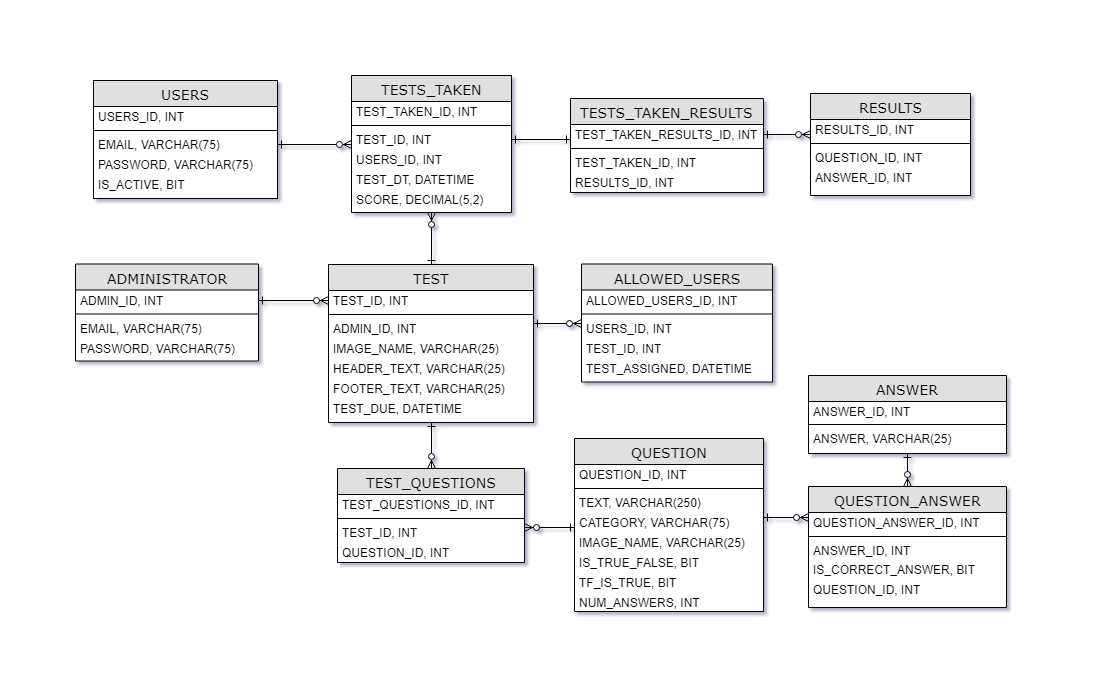
lprescott/QuizServe keeps this draw.io diagram as project-logistics/er-diagram.png. Above is the earlier version. Source tidied: cells renumbered, new cells last; positions are measured from the earlier drawing's top-left corner, leaving out a move shared by most shapes.
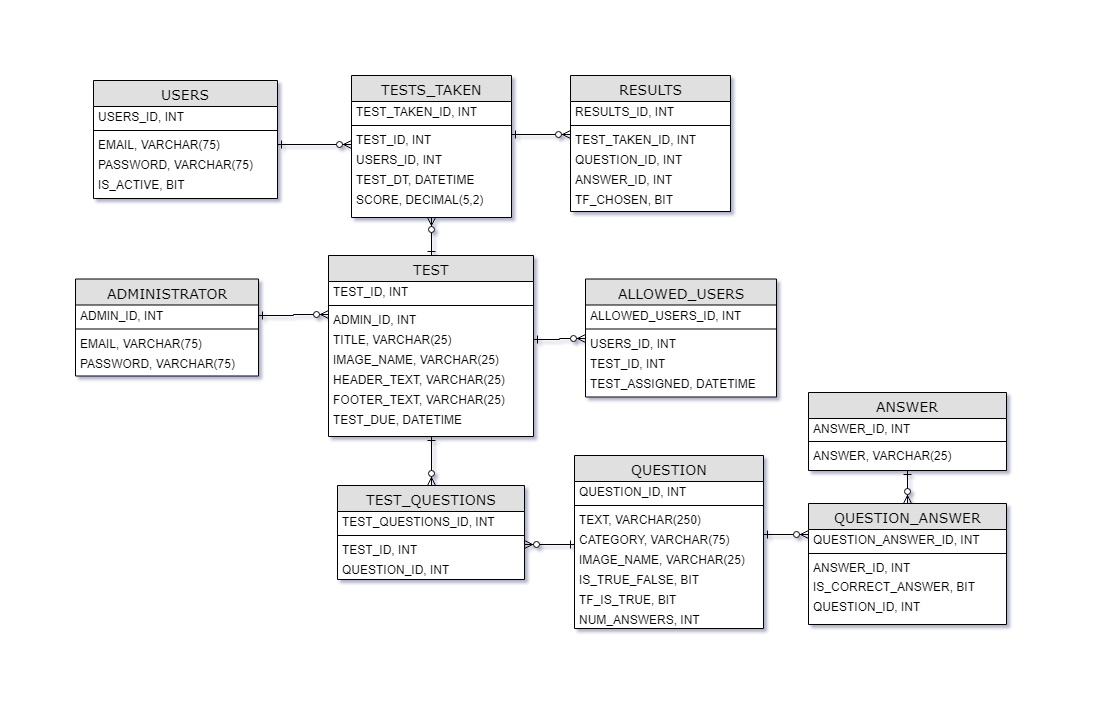
Above is the later version.

Diff of the diagram source:
```diff
@@ -3,7 +3,7 @@
     <mxCell id="0" />
     <mxCell id="1" parent="0" />
     <mxCell id="2" value="USERS" style="swimlane;html=1;fontStyle=0;horizontal=1;startSize=26;fillColor=#e0e0e0;swimlaneFillColor=#ffffff;align=center;rounded=0;shadow=0;comic=0;labelBackgroundColor=none;strokeColor=#000000;strokeWidth=1;fontFamily=Verdana;fontSize=14;fontColor=#000000;spacingTop=0;spacingLeft=0;" parent="1" vertex="1">
-      <mxGeometry x="18" y="5" width="184" height="118" as="geometry" />
+      <mxGeometry x="18" y="-12" width="184" height="118" as="geometry" />
     </mxCell>
     <mxCell id="3" value="USERS_ID, INT" style="text;html=1;strokeColor=none;fillColor=none;align=left;verticalAlign=middle;whiteSpace=wrap;rounded=0;spacingLeft=0;spacingTop=0;spacing=5;" parent="2" vertex="1">
       <mxGeometry y="26" width="184" height="20" as="geometry" />
@@ -21,7 +21,7 @@
       <mxGeometry y="94" width="184" height="20" as="geometry" />
     </mxCell>
     <mxCell id="8" value="ADMINISTRATOR" style="swimlane;html=1;fontStyle=0;horizontal=1;startSize=26;fillColor=#e0e0e0;swimlaneFillColor=#ffffff;align=center;rounded=0;shadow=0;comic=0;labelBackgroundColor=none;strokeColor=#000000;strokeWidth=1;fontFamily=Verdana;fontSize=14;fontColor=#000000;spacingTop=0;spacingLeft=0;" parent="1" vertex="1">
-      <mxGeometry y="188.5" width="183" height="97" as="geometry" />
+      <mxGeometry y="186.5" width="183" height="97" as="geometry" />
     </mxCell>
     <mxCell id="9" value="ADMIN_ID, INT" style="text;html=1;strokeColor=none;fillColor=none;align=left;verticalAlign=middle;whiteSpace=wrap;rounded=0;spacingLeft=0;spacingTop=0;spacing=5;" parent="8" vertex="1">
       <mxGeometry y="26" width="183" height="20" as="geometry" />
@@ -39,7 +39,7 @@
       <mxGeometry relative="1" as="geometry" />
     </mxCell>
     <mxCell id="14" value="TEST" style="swimlane;html=1;fontStyle=0;horizontal=1;startSize=26;fillColor=#e0e0e0;swimlaneFillColor=#ffffff;align=center;rounded=0;shadow=0;comic=0;labelBackgroundColor=none;strokeColor=#000000;strokeWidth=1;fontFamily=Verdana;fontSize=14;fontColor=#000000;spacingTop=0;spacingLeft=0;" parent="1" vertex="1">
-      <mxGeometry x="253" y="189" width="205" height="158" as="geometry" />
+      <mxGeometry x="253" y="163" width="205" height="181" as="geometry" />
     </mxCell>
     <mxCell id="15" value="TEST_ID, INT" style="text;html=1;strokeColor=none;fillColor=none;align=left;verticalAlign=middle;whiteSpace=wrap;rounded=0;spacingLeft=0;spacingTop=0;spacing=5;" parent="14" vertex="1">
       <mxGeometry y="26" width="205" height="20" as="geometry" />
@@ -50,17 +50,20 @@
     <mxCell id="17" value="ADMIN_ID, INT" style="text;html=1;strokeColor=none;fillColor=none;align=left;verticalAlign=middle;whiteSpace=wrap;rounded=0;spacingLeft=0;spacingTop=0;spacing=5;" parent="14" vertex="1">
       <mxGeometry y="54" width="205" height="20" as="geometry" />
     </mxCell>
+    <mxCell id="78" value="TITLE, VARCHAR(25)" style="text;html=1;strokeColor=none;fillColor=none;align=left;verticalAlign=middle;whiteSpace=wrap;rounded=0;spacingLeft=0;spacingTop=0;spacing=5;" parent="14" vertex="1">
+      <mxGeometry y="74" width="205" height="20" as="geometry" />
+    </mxCell>
     <mxCell id="18" value="IMAGE_NAME, VARCHAR(25)" style="text;html=1;strokeColor=none;fillColor=none;align=left;verticalAlign=middle;whiteSpace=wrap;rounded=0;spacingLeft=0;spacingTop=0;spacing=5;" parent="14" vertex="1">
-      <mxGeometry y="74" width="205" height="20" as="geometry" />
+      <mxGeometry y="94" width="205" height="20" as="geometry" />
     </mxCell>
     <mxCell id="19" value="HEADER_TEXT, VARCHAR(25)" style="text;html=1;strokeColor=none;fillColor=none;align=left;verticalAlign=middle;whiteSpace=wrap;rounded=0;spacingLeft=0;spacingTop=0;spacing=5;" parent="14" vertex="1">
-      <mxGeometry y="94" width="205" height="20" as="geometry" />
+      <mxGeometry y="114" width="205" height="20" as="geometry" />
     </mxCell>
     <mxCell id="20" value="FOOTER_TEXT, VARCHAR(25)" style="text;html=1;strokeColor=none;fillColor=none;align=left;verticalAlign=middle;whiteSpace=wrap;rounded=0;spacingLeft=0;spacingTop=0;spacing=5;" parent="14" vertex="1">
-      <mxGeometry y="114" width="205" height="20" as="geometry" />
+      <mxGeometry y="134" width="205" height="20" as="geometry" />
     </mxCell>
     <mxCell id="21" value="TEST_DUE, DATETIME" style="text;html=1;strokeColor=none;fillColor=none;align=left;verticalAlign=middle;whiteSpace=wrap;rounded=0;spacingLeft=0;spacingTop=0;spacing=5;" parent="14" vertex="1">
-      <mxGeometry y="134" width="205" height="20" as="geometry" />
+      <mxGeometry y="154" width="205" height="20" as="geometry" />
     </mxCell>
     <mxCell id="22" value="QUESTION" style="swimlane;html=1;fontStyle=0;horizontal=1;startSize=26;fillColor=#e0e0e0;swimlaneFillColor=#ffffff;align=center;rounded=0;shadow=0;comic=0;labelBackgroundColor=none;strokeColor=#000000;strokeWidth=1;fontFamily=Verdana;fontSize=14;fontColor=#000000;spacingTop=0;spacingLeft=0;" parent="1" vertex="1">
       <mxGeometry x="499" y="363" width="189" height="173" as="geometry" />
@@ -141,7 +144,7 @@
       <mxGeometry relative="1" as="geometry" />
     </mxCell>
     <mxCell id="48" value="TESTS_TAKEN&lt;br&gt;" style="swimlane;html=1;fontStyle=0;horizontal=1;startSize=26;fillColor=#e0e0e0;swimlaneFillColor=#ffffff;align=center;rounded=0;shadow=0;comic=0;labelBackgroundColor=none;strokeColor=#000000;strokeWidth=1;fontFamily=Verdana;fontSize=14;fontColor=#000000;spacingTop=0;spacingLeft=0;" parent="1" vertex="1">
-      <mxGeometry x="276" width="160" height="137" as="geometry" />
+      <mxGeometry x="276" y="-17" width="160" height="142" as="geometry" />
     </mxCell>
     <mxCell id="49" value="TEST_TAKEN_ID, INT" style="text;html=1;strokeColor=none;fillColor=none;align=left;verticalAlign=middle;whiteSpace=wrap;rounded=0;spacingLeft=0;spacingTop=0;spacing=5;" parent="48" vertex="1">
       <mxGeometry y="26" width="160" height="20" as="geometry" />
@@ -161,21 +164,6 @@
     <mxCell id="54" value="SCORE,&amp;nbsp;&lt;span&gt;DECIMAL&lt;/span&gt;&lt;span&gt;(&lt;/span&gt;&lt;span&gt;5&lt;/span&gt;&lt;span&gt;,&lt;/span&gt;&lt;span&gt;2&lt;/span&gt;&lt;span&gt;)&lt;/span&gt;" style="text;html=1;strokeColor=none;fillColor=none;align=left;verticalAlign=middle;whiteSpace=wrap;rounded=0;spacingLeft=0;spacingTop=0;spacing=5;" parent="48" vertex="1">
       <mxGeometry y="114" width="160" height="20" as="geometry" />
     </mxCell>
-    <mxCell id="55" value="TESTS_TAKEN_RESULTS&lt;br&gt;" style="swimlane;html=1;fontStyle=0;horizontal=1;startSize=26;fillColor=#e0e0e0;swimlaneFillColor=#ffffff;align=center;rounded=0;shadow=0;comic=0;labelBackgroundColor=none;strokeColor=#000000;strokeWidth=1;fontFamily=Verdana;fontSize=14;fontColor=#000000;spacingTop=0;spacingLeft=0;" parent="1" vertex="1">
-      <mxGeometry x="495" y="23" width="193" height="94" as="geometry" />
-    </mxCell>
-    <mxCell id="56" value="TEST_TAKEN_RESULTS_ID, INT" style="text;html=1;strokeColor=none;fillColor=none;align=left;verticalAlign=middle;whiteSpace=wrap;rounded=0;spacingLeft=0;spacingTop=0;spacing=5;" parent="55" vertex="1">
-      <mxGeometry y="26" width="193" height="20" as="geometry" />
-    </mxCell>
-    <mxCell id="57" style="line;strokeWidth=1;fillColor=none;align=left;verticalAlign=middle;spacingTop=-1;spacingLeft=3;spacingRight=3;labelPosition=right;" parent="55" vertex="1">
-      <mxGeometry y="46" width="193" height="8" as="geometry" />
-    </mxCell>
-    <mxCell id="58" value="TEST_TAKEN_ID, INT" style="text;html=1;strokeColor=none;fillColor=none;align=left;verticalAlign=middle;whiteSpace=wrap;rounded=0;spacingLeft=0;spacingTop=0;spacing=5;" parent="55" vertex="1">
-      <mxGeometry y="54" width="193" height="20" as="geometry" />
-    </mxCell>
-    <mxCell id="59" value="RESULTS_ID, INT" style="text;html=1;strokeColor=none;fillColor=none;align=left;verticalAlign=middle;whiteSpace=wrap;rounded=0;spacingLeft=0;spacingTop=0;spacing=5;" parent="55" vertex="1">
-      <mxGeometry y="74" width="193" height="20" as="geometry" />
-    </mxCell>
     <mxCell id="60" style="edgeStyle=orthogonalEdgeStyle;rounded=0;jettySize=auto;html=1;exitX=1;exitY=0.5;exitDx=0;exitDy=0;entryX=0;entryY=0.75;entryDx=0;entryDy=0;endArrow=ERzeroToMany;endFill=1;startArrow=ERone;startFill=0;" parent="1" edge="1" source="5" target="51">
       <mxGeometry relative="1" as="geometry" />
     </mxCell>
@@ -185,11 +173,11 @@
     <mxCell id="62" style="edgeStyle=orthogonalEdgeStyle;rounded=0;jettySize=auto;html=1;exitX=1;exitY=0.25;exitDx=0;exitDy=0;entryX=0;entryY=0.25;entryDx=0;entryDy=0;startArrow=ERone;startFill=0;endArrow=ERzeroToMany;endFill=1;" parent="1" edge="1" source="26" target="33">
       <mxGeometry relative="1" as="geometry" />
     </mxCell>
-    <mxCell id="63" style="edgeStyle=orthogonalEdgeStyle;rounded=0;jettySize=auto;html=1;exitX=0;exitY=0.5;exitDx=0;exitDy=0;entryX=1;entryY=0.5;entryDx=0;entryDy=0;startArrow=ERzeroToMany;startFill=1;endArrow=ERone;endFill=0;" parent="1" edge="1" source="15" target="9">
+    <mxCell id="63" style="edgeStyle=orthogonalEdgeStyle;rounded=0;jettySize=auto;html=1;exitX=0;exitY=0.25;exitDx=0;exitDy=0;entryX=1;entryY=0.5;entryDx=0;entryDy=0;startArrow=ERzeroToMany;startFill=1;endArrow=ERone;endFill=0;" parent="1" edge="1" source="17" target="9">
       <mxGeometry relative="1" as="geometry" />
     </mxCell>
     <mxCell id="64" value="ALLOWED_USERS" style="swimlane;html=1;fontStyle=0;horizontal=1;startSize=26;fillColor=#e0e0e0;swimlaneFillColor=#ffffff;align=center;rounded=0;shadow=0;comic=0;labelBackgroundColor=none;strokeColor=#000000;strokeWidth=1;fontFamily=Verdana;fontSize=14;fontColor=#000000;spacingTop=0;spacingLeft=0;" parent="1" vertex="1">
-      <mxGeometry x="506" y="188.5" width="191" height="118" as="geometry" />
+      <mxGeometry x="510" y="186.5" width="191" height="118" as="geometry" />
     </mxCell>
     <mxCell id="65" value="ALLOWED_USERS_ID, INT" style="text;html=1;strokeColor=none;fillColor=none;align=left;verticalAlign=middle;whiteSpace=wrap;rounded=0;spacingLeft=0;spacingTop=0;spacing=5;" parent="64" vertex="1">
       <mxGeometry y="26" width="191" height="20" as="geometry" />
@@ -206,11 +194,11 @@
     <mxCell id="69" value="TEST_ASSIGNED, DATETIME" style="text;html=1;strokeColor=none;fillColor=none;align=left;verticalAlign=middle;whiteSpace=wrap;rounded=0;spacingLeft=0;spacingTop=0;spacing=5;" parent="64" vertex="1">
       <mxGeometry y="94" width="191" height="20" as="geometry" />
     </mxCell>
-    <mxCell id="70" style="edgeStyle=orthogonalEdgeStyle;rounded=0;jettySize=auto;html=1;exitX=0;exitY=0.25;exitDx=0;exitDy=0;entryX=1;entryY=0.25;entryDx=0;entryDy=0;startArrow=ERzeroToMany;startFill=1;endArrow=ERone;endFill=0;" parent="1" edge="1" source="67" target="17">
+    <mxCell id="70" style="edgeStyle=orthogonalEdgeStyle;rounded=0;jettySize=auto;html=1;exitX=0;exitY=0.25;exitDx=0;exitDy=0;entryX=1;entryY=0.5;entryDx=0;entryDy=0;startArrow=ERzeroToMany;startFill=1;endArrow=ERone;endFill=0;" parent="1" edge="1" source="67" target="78">
       <mxGeometry relative="1" as="geometry" />
     </mxCell>
     <mxCell id="71" value="RESULTS" style="swimlane;html=1;fontStyle=0;horizontal=1;startSize=26;fillColor=#e0e0e0;swimlaneFillColor=#ffffff;align=center;rounded=0;shadow=0;comic=0;labelBackgroundColor=none;strokeColor=#000000;strokeWidth=1;fontFamily=Verdana;fontSize=14;fontColor=#000000;spacingTop=0;spacingLeft=0;" parent="1" vertex="1">
-      <mxGeometry x="735" y="18" width="160" height="102" as="geometry" />
+      <mxGeometry x="495" y="-17" width="160" height="136" as="geometry" />
     </mxCell>
     <mxCell id="72" value="RESULTS_ID, INT" style="text;html=1;strokeColor=none;fillColor=none;align=left;verticalAlign=middle;whiteSpace=wrap;rounded=0;spacingLeft=0;spacingTop=0;spacing=5;" parent="71" vertex="1">
       <mxGeometry y="26" width="160" height="20" as="geometry" />
@@ -218,21 +206,20 @@
     <mxCell id="73" style="line;strokeWidth=1;fillColor=none;align=left;verticalAlign=middle;spacingTop=-1;spacingLeft=3;spacingRight=3;labelPosition=right;" parent="71" vertex="1">
       <mxGeometry y="46" width="160" height="8" as="geometry" />
     </mxCell>
+    <mxCell id="58" value="TEST_TAKEN_ID, INT" style="text;html=1;strokeColor=none;fillColor=none;align=left;verticalAlign=middle;whiteSpace=wrap;rounded=0;spacingLeft=0;spacingTop=0;spacing=5;" parent="71" vertex="1">
+      <mxGeometry y="54" width="160" height="20" as="geometry" />
+    </mxCell>
-    <mxCell id="74" value="QUESTION_ID, INT" style="text;html=1;strokeColor=none;fillColor=none;align=left;verticalAlign=middle;whiteSpace=wrap;rounded=0;spacingLeft=0;spacingTop=0;spacing=5;" parent="71" vertex="1">
-      <mxGeometry y="54" width="160" height="20" as="geometry" />
+    <mxCell id="74" value="QUESTION_ID, INT&lt;br&gt;" style="text;html=1;strokeColor=none;fillColor=none;align=left;verticalAlign=middle;whiteSpace=wrap;rounded=0;spacingLeft=0;spacingTop=0;spacing=5;" parent="71" vertex="1">
+      <mxGeometry y="74" width="160" height="20" as="geometry" />
     </mxCell>
     <mxCell id="75" value="ANSWER_ID, INT" style="text;html=1;strokeColor=none;fillColor=none;align=left;verticalAlign=middle;whiteSpace=wrap;rounded=0;spacingLeft=0;spacingTop=0;spacing=5;" parent="71" vertex="1">
-      <mxGeometry y="74" width="160" height="20" as="geometry" />
+      <mxGeometry y="94" width="160" height="20" as="geometry" />
     </mxCell>
-    <mxCell id="76" style="edgeStyle=orthogonalEdgeStyle;rounded=0;jettySize=auto;html=1;exitX=1;exitY=0.5;exitDx=0;exitDy=0;entryX=0;entryY=0.75;entryDx=0;entryDy=0;startArrow=ERone;startFill=0;endArrow=ERone;endFill=0;" parent="1" edge="1" source="51">
-      <mxGeometry relative="1" as="geometry">
-        <mxPoint x="495" y="64" as="targetPoint" />
-      </mxGeometry>
-    </mxCell>
-    <mxCell id="77" style="edgeStyle=orthogonalEdgeStyle;rounded=0;jettySize=auto;html=1;exitX=0;exitY=0.75;exitDx=0;exitDy=0;entryX=1;entryY=0.5;entryDx=0;entryDy=0;startArrow=ERzeroToMany;startFill=1;endArrow=ERone;endFill=0;" parent="1" edge="1" source="72">
-      <mxGeometry relative="1" as="geometry">
-        <mxPoint x="688" y="59" as="targetPoint" />
-      </mxGeometry>
-    </mxCell>
+    <mxCell id="79" value="TF_CHOSEN, BIT" style="text;html=1;strokeColor=none;fillColor=none;align=left;verticalAlign=middle;whiteSpace=wrap;rounded=0;spacingLeft=0;spacingTop=0;spacing=5;" parent="71" vertex="1">
+      <mxGeometry y="114" width="160" height="20" as="geometry" />
+    </mxCell>
+    <mxCell id="80" style="edgeStyle=orthogonalEdgeStyle;rounded=0;jettySize=auto;html=1;exitX=1;exitY=0.25;exitDx=0;exitDy=0;entryX=0;entryY=0.25;entryDx=0;entryDy=0;startArrow=ERone;startFill=0;endArrow=ERzeroToMany;endFill=1;" parent="1" edge="1" source="51" target="58">
+      <mxGeometry relative="1" as="geometry" />
+    </mxCell>
   </root>
 </mxGraphModel>
```
